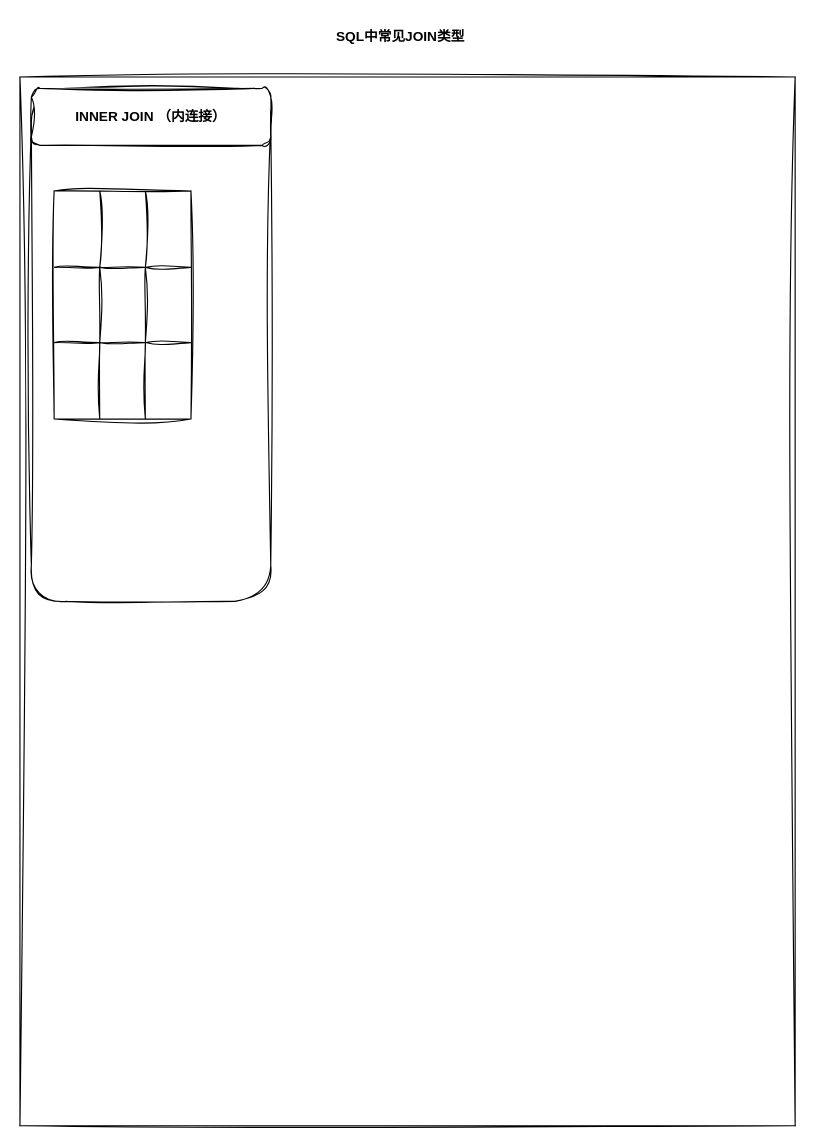
The draw.io diagram image-text/SQL中常见JOIN类型.drawio in Rodert/javapub_oss, before the edit. Source tidied: cells renumbered, new cells numbered last; positions are measured from the earlier drawing's top-left corner, leaving out a move shared by most shapes. Both pictures are drawn from the tidied source at 114%, with x=0, y=0 at pixel (19, 19).
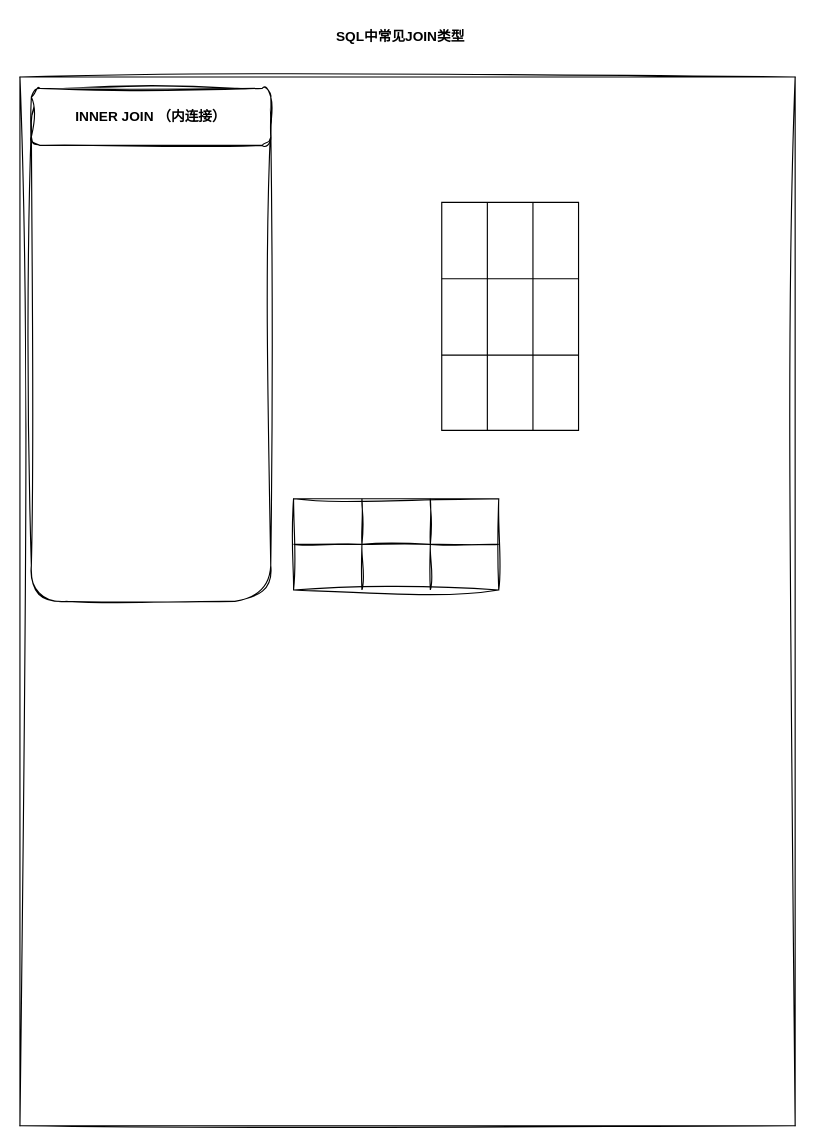
After the change.

Commit message (it also covers changes not shown here):
更新SQL中常见JOIN类型.drawio

Diff of the diagram source:
```diff
@@
+    <mxCell id="22" style="shape=table;startSize=0;childLayout=tableLayout;fontSize=16;sketch=1;hachureGap=4;jiggle=2;curveFitting=1;fontFamily=Architects Daughter;" parent="1" vertex="1">
+      <mxGeometry x="240" y="420" width="180" height="80" as="geometry" />
+    </mxCell>
+    <mxCell id="23" style="shape=tableRow;horizontal=0;startSize=0;swimlaneHead=0;swimlaneBody=0;strokeColor=inherit;top=0;left=0;bottom=0;right=0;fillColor=none;fontSize=16;sketch=1;hachureGap=4;jiggle=2;curveFitting=1;fontFamily=Architects Daughter;" parent="22" vertex="1">
+      <mxGeometry width="180" height="40" as="geometry" />
+    </mxCell>
+    <mxCell id="24" style="shape=partialRectangle;html=1;whiteSpace=wrap;strokeColor=inherit;overflow=hidden;fillColor=none;top=0;left=0;bottom=0;right=0;fontSize=16;sketch=1;hachureGap=4;jiggle=2;curveFitting=1;fontFamily=Architects Daughter;" parent="23" vertex="1">
+      <mxGeometry width="60" height="40" as="geometry" />
+    </mxCell>
+    <mxCell id="25" style="shape=partialRectangle;html=1;whiteSpace=wrap;strokeColor=inherit;overflow=hidden;fillColor=none;top=0;left=0;bottom=0;right=0;fontSize=16;sketch=1;hachureGap=4;jiggle=2;curveFitting=1;fontFamily=Architects Daughter;" parent="23" vertex="1">
+      <mxGeometry x="60" width="60" height="40" as="geometry" />
+    </mxCell>
+    <mxCell id="26" style="shape=partialRectangle;html=1;whiteSpace=wrap;strokeColor=inherit;overflow=hidden;fillColor=none;top=0;left=0;bottom=0;right=0;fontSize=16;sketch=1;hachureGap=4;jiggle=2;curveFitting=1;fontFamily=Architects Daughter;" parent="23" vertex="1">
+      <mxGeometry x="120" width="60" height="40" as="geometry" />
+    </mxCell>
+    <mxCell id="27" style="shape=tableRow;horizontal=0;startSize=0;swimlaneHead=0;swimlaneBody=0;strokeColor=inherit;top=0;left=0;bottom=0;right=0;fillColor=none;fontSize=16;sketch=1;hachureGap=4;jiggle=2;curveFitting=1;fontFamily=Architects Daughter;" parent="22" vertex="1">
+      <mxGeometry y="40" width="180" height="40" as="geometry" />
+    </mxCell>
+    <mxCell id="28" style="shape=partialRectangle;html=1;whiteSpace=wrap;strokeColor=inherit;overflow=hidden;fillColor=none;top=0;left=0;bottom=0;right=0;fontSize=16;sketch=1;hachureGap=4;jiggle=2;curveFitting=1;fontFamily=Architects Daughter;" parent="27" vertex="1">
+      <mxGeometry width="60" height="40" as="geometry" />
+    </mxCell>
+    <mxCell id="29" style="shape=partialRectangle;html=1;whiteSpace=wrap;strokeColor=inherit;overflow=hidden;fillColor=none;top=0;left=0;bottom=0;right=0;fontSize=16;sketch=1;hachureGap=4;jiggle=2;curveFitting=1;fontFamily=Architects Daughter;" parent="27" vertex="1">
+      <mxGeometry x="60" width="60" height="40" as="geometry" />
+    </mxCell>
+    <mxCell id="30" style="shape=partialRectangle;html=1;whiteSpace=wrap;strokeColor=inherit;overflow=hidden;fillColor=none;top=0;left=0;bottom=0;right=0;fontSize=16;sketch=1;hachureGap=4;jiggle=2;curveFitting=1;fontFamily=Architects Daughter;" parent="27" vertex="1">
+      <mxGeometry x="120" width="60" height="40" as="geometry" />
+    </mxCell>
-    <mxCell id="9" style="shape=table;startSize=0;childLayout=tableLayout;fontSize=16;sketch=1;hachureGap=4;jiggle=2;curveFitting=1;fontFamily=Architects Daughter;" parent="1" vertex="1">
-      <mxGeometry x="30" y="150" width="120" height="200" as="geometry" />
+    <mxCell id="9" style="shape=table;startSize=0;childLayout=tableLayout;fontSize=16;hachureGap=4;fontFamily=Architects Daughter;" parent="1" vertex="1">
+      <mxGeometry x="370" y="160" width="120" height="200" as="geometry" />
     </mxCell>
@@
+    <mxCell id="18" style="shape=tableRow;horizontal=0;startSize=0;swimlaneHead=0;swimlaneBody=0;strokeColor=inherit;top=0;left=0;bottom=0;right=0;fillColor=none;fontSize=16;sketch=1;hachureGap=4;jiggle=2;curveFitting=1;fontFamily=Architects Daughter;" parent="9" vertex="1">
+      <mxGeometry y="67" width="120" height="67" as="geometry" />
+    </mxCell>
+    <mxCell id="19" style="shape=partialRectangle;html=1;whiteSpace=wrap;strokeColor=inherit;overflow=hidden;fillColor=none;top=0;left=0;bottom=0;right=0;fontSize=16;sketch=1;hachureGap=4;jiggle=2;curveFitting=1;fontFamily=Architects Daughter;" parent="18" vertex="1">
+      <mxGeometry width="40" height="67" as="geometry" />
+    </mxCell>
+    <mxCell id="20" style="shape=partialRectangle;html=1;whiteSpace=wrap;strokeColor=inherit;overflow=hidden;fillColor=none;top=0;left=0;bottom=0;right=0;fontSize=16;sketch=1;hachureGap=4;jiggle=2;curveFitting=1;fontFamily=Architects Daughter;" parent="18" vertex="1">
+      <mxGeometry x="40" width="40" height="67" as="geometry" />
+    </mxCell>
+    <mxCell id="21" style="shape=partialRectangle;html=1;whiteSpace=wrap;strokeColor=inherit;overflow=hidden;fillColor=none;top=0;left=0;bottom=0;right=0;sketch=1;hachureGap=4;jiggle=2;curveFitting=1;" parent="18" vertex="1">
+      <mxGeometry x="80" width="40" height="67" as="geometry" />
+    </mxCell>
     <mxCell id="14" style="shape=tableRow;horizontal=0;startSize=0;swimlaneHead=0;swimlaneBody=0;strokeColor=inherit;top=0;left=0;bottom=0;right=0;fillColor=none;fontSize=16;sketch=1;hachureGap=4;jiggle=2;curveFitting=1;fontFamily=Architects Daughter;" parent="9" vertex="1">
-      <mxGeometry y="67" width="120" height="66" as="geometry" />
+      <mxGeometry y="134" width="120" height="66" as="geometry" />
     </mxCell>
@@
-    <mxCell id="17" style="shape=partialRectangle;html=1;whiteSpace=wrap;strokeColor=inherit;overflow=hidden;fillColor=none;top=0;left=0;bottom=0;right=0;sketch=1;hachureGap=4;jiggle=2;curveFitting=1;" parent="14" vertex="1">
+    <mxCell id="17" style="shape=partialRectangle;html=1;whiteSpace=wrap;strokeColor=inherit;overflow=hidden;fillColor=none;top=0;left=0;bottom=0;right=0;hachureGap=4;" parent="14" vertex="1">
       <mxGeometry x="80" width="40" height="66" as="geometry" />
     </mxCell>
-    <mxCell id="18" style="shape=tableRow;horizontal=0;startSize=0;swimlaneHead=0;swimlaneBody=0;strokeColor=inherit;top=0;left=0;bottom=0;right=0;fillColor=none;fontSize=16;sketch=1;hachureGap=4;jiggle=2;curveFitting=1;fontFamily=Architects Daughter;" parent="9" vertex="1">
-      <mxGeometry y="133" width="120" height="67" as="geometry" />
-    </mxCell>
-    <mxCell id="19" style="shape=partialRectangle;html=1;whiteSpace=wrap;strokeColor=inherit;overflow=hidden;fillColor=none;top=0;left=0;bottom=0;right=0;fontSize=16;sketch=1;hachureGap=4;jiggle=2;curveFitting=1;fontFamily=Architects Daughter;" parent="18" vertex="1">
-      <mxGeometry width="40" height="67" as="geometry" />
-    </mxCell>
-    <mxCell id="20" style="shape=partialRectangle;html=1;whiteSpace=wrap;strokeColor=inherit;overflow=hidden;fillColor=none;top=0;left=0;bottom=0;right=0;fontSize=16;sketch=1;hachureGap=4;jiggle=2;curveFitting=1;fontFamily=Architects Daughter;" parent="18" vertex="1">
-      <mxGeometry x="40" width="40" height="67" as="geometry" />
-    </mxCell>
-    <mxCell id="21" style="shape=partialRectangle;html=1;whiteSpace=wrap;strokeColor=inherit;overflow=hidden;fillColor=none;top=0;left=0;bottom=0;right=0;sketch=1;hachureGap=4;jiggle=2;curveFitting=1;" parent="18" vertex="1">
-      <mxGeometry x="80" width="40" height="67" as="geometry" />
-    </mxCell>
```
